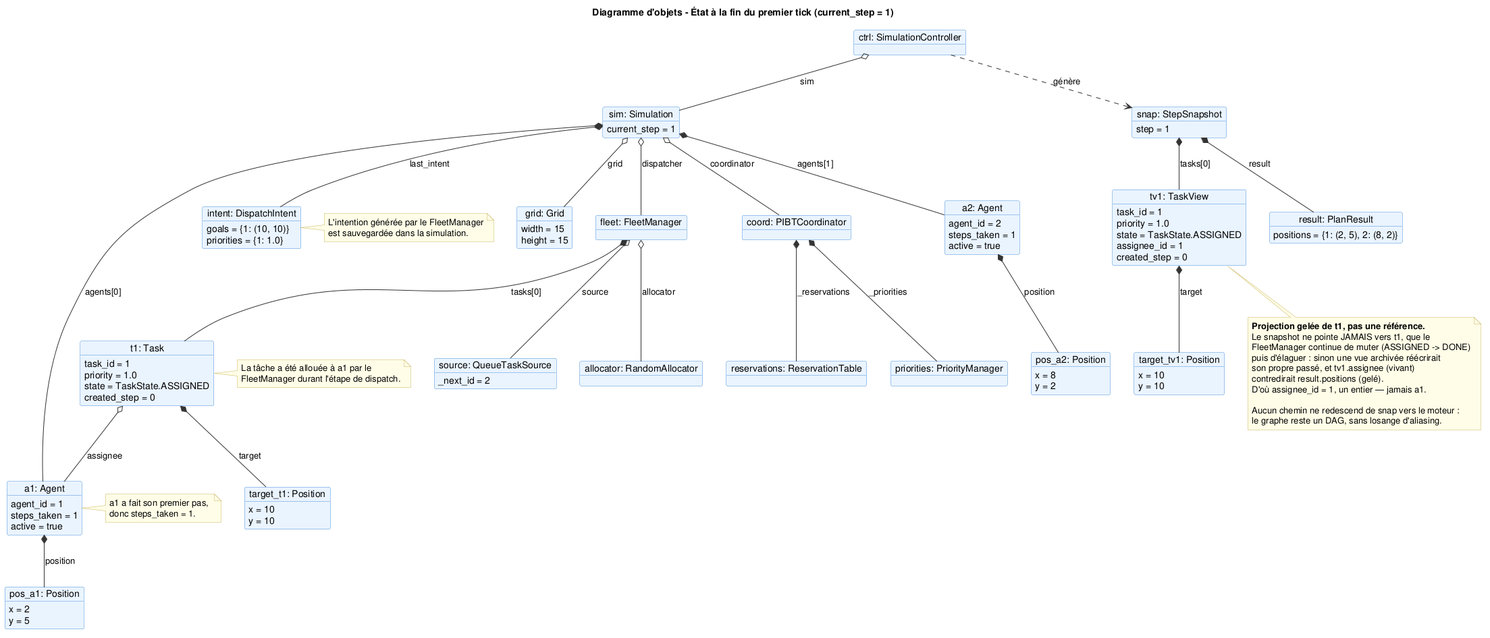
The PlantUML diagram diagrammes/object_diagram_post_step1.png in RasdaCorentin/MAPF_Simulation, before a commit.
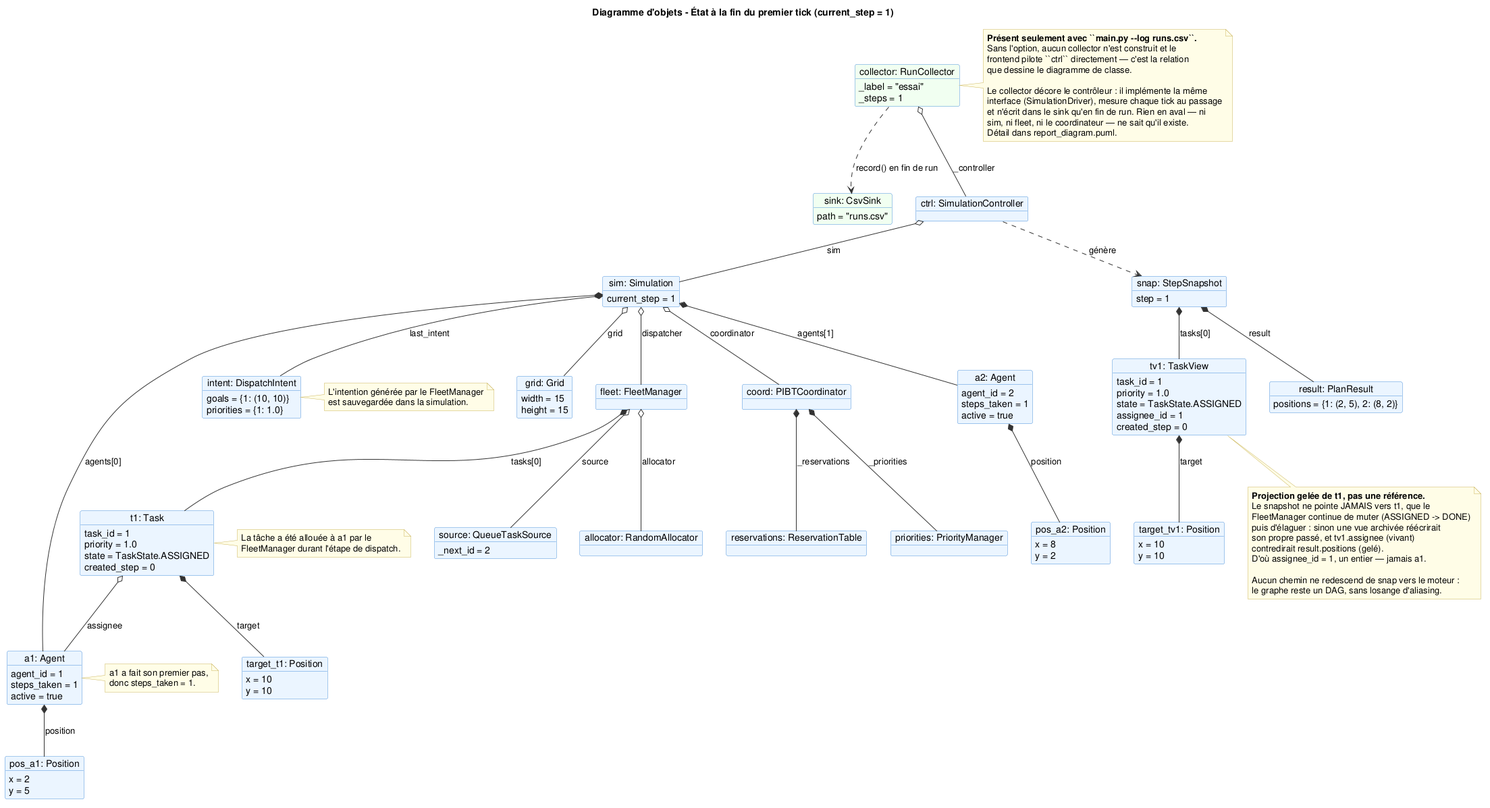
Above is the later version.

Commit message:
docs(diagrams): show the run log in the object diagram

Diff of the diagram source:
```diff
@@ -7,6 +7,15 @@
 skinparam ArrowColor #333333
 skinparam NoteBackgroundColor #FFFDE7
 skinparam NoteBorderColor #C9B458
+
+object "collector: RunCollector" as collector #F0FFF0 {
+  _label = "essai"
+  _steps = 1
+}
+
+object "sink: CsvSink" as sink #F0FFF0 {
+  path = "runs.csv"
+}
 
 object "ctrl: SimulationController" as ctrl {
 }
@@ -100,6 +109,9 @@
 }
 
 
+collector o-- ctrl : _controller
+collector ..> sink : "record() en fin de run"
+
 ctrl o-- sim : sim
 ctrl ..> snap : "génère"
 
@@ -127,6 +139,19 @@
 snap *-- tv1 : tasks[0]
 tv1 *-- target_tv1 : target
 
+
+note right of collector
+  **Présent seulement avec ``main.py --log runs.csv``.**
+  Sans l'option, aucun collector n'est construit et le
+  frontend pilote ``ctrl`` directement — c'est la relation
+  que dessine le diagramme de classe.
+
+  Le collector décore le contrôleur : il implémente la même
+  interface (SimulationDriver), mesure chaque tick au passage
+  et n'écrit dans le sink qu'en fin de run. Rien en aval — ni
+  sim, ni fleet, ni le coordinateur — ne sait qu'il existe.
+  Détail dans report_diagram.puml.
+end note
 
 note right of a1
   a1 a fait son premier pas,
```
